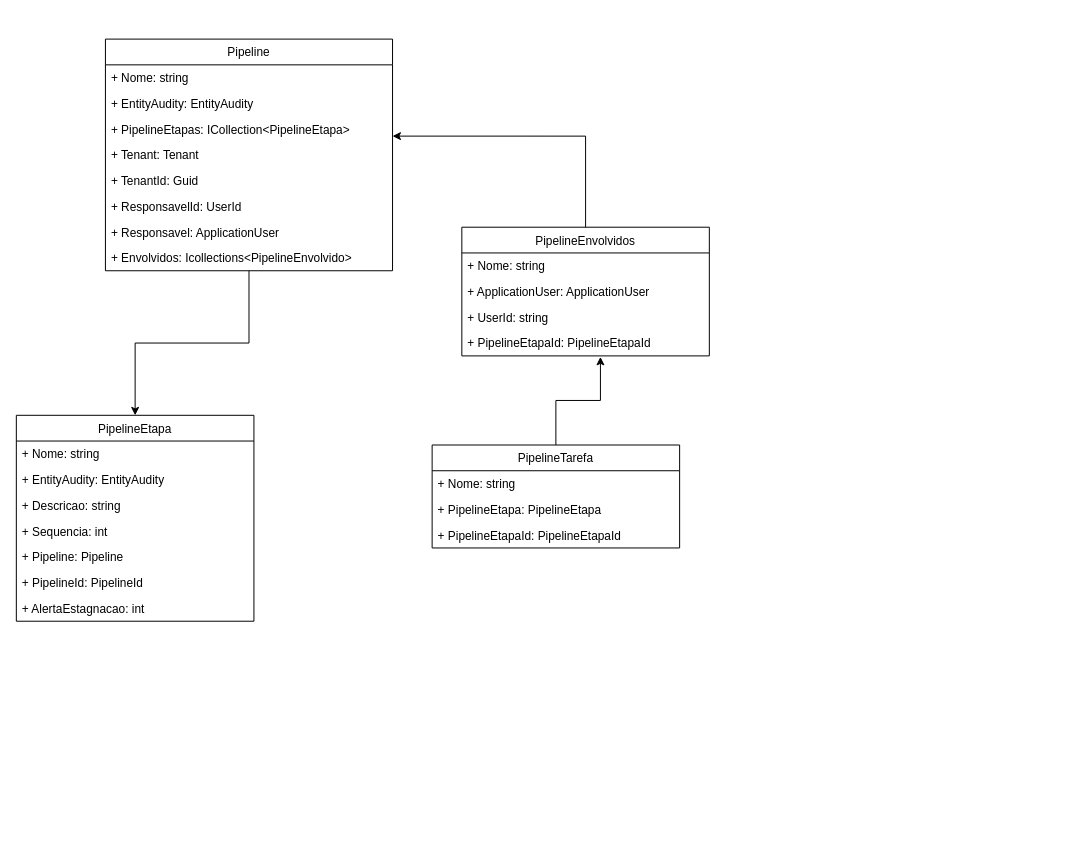
The draw.io diagram docs/Composição entidade Pipeline e suas relações.drawio in sigespweb22/boxapp-api, before the edit. Source tidied: cells renumbered, new cells numbered last; positions are measured from the earlier drawing's top-left corner, leaving out a move shared by most shapes. Both pictures are drawn from the tidied source at 99%, with x=0, y=0 at pixel (16, 39).
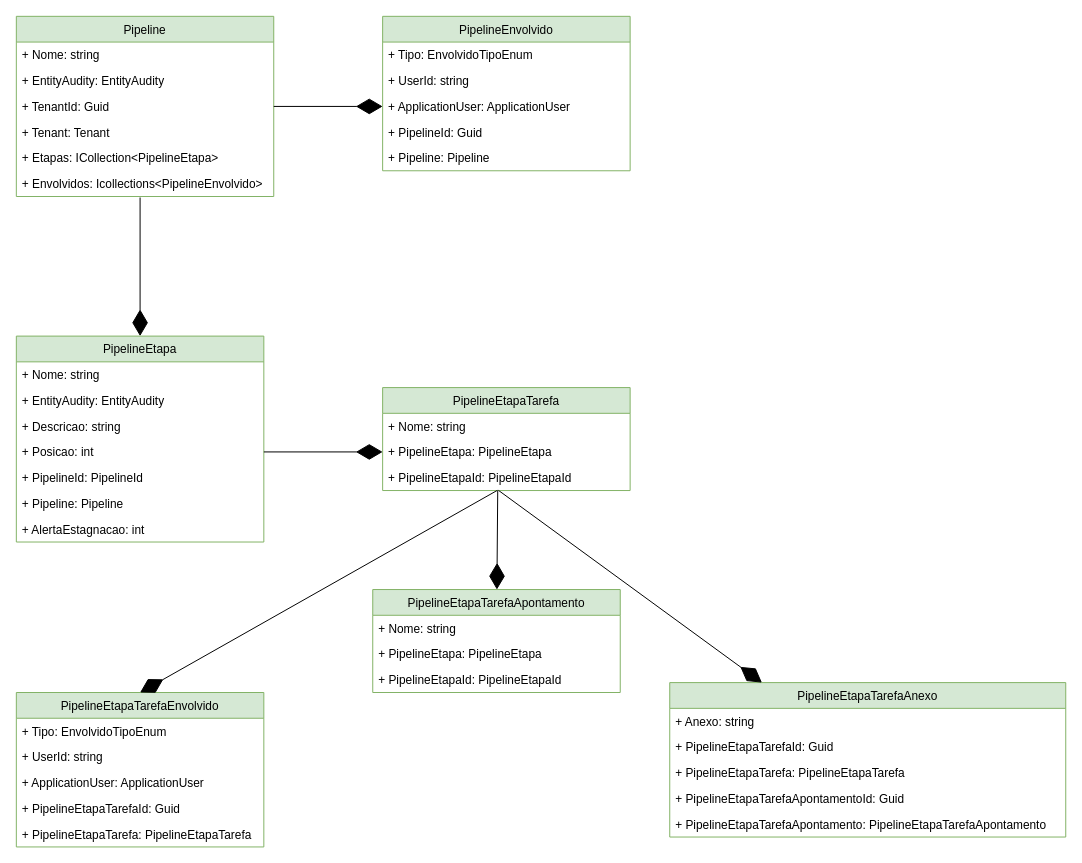
The same page after the edit.

Unchanged cells that the change refers to:
```xml
<mxCell id="23" value="+ PipelineEtapa: PipelineEtapa" style="text;strokeColor=none;fillColor=none;align=left;verticalAlign=top;spacingLeft=4;spacingRight=4;overflow=hidden;points=[[0,0.5],[1,0.5]];portConstraint=eastwest;" parent="21" vertex="1">
  <mxGeometry y="52" width="250" height="26" as="geometry" />
</mxCell>
<mxCell id="24" value="+ PipelineEtapaId: PipelineEtapaId" style="text;strokeColor=none;fillColor=none;align=left;verticalAlign=top;spacingLeft=4;spacingRight=4;overflow=hidden;points=[[0,0.5],[1,0.5]];portConstraint=eastwest;" parent="21" vertex="1">
  <mxGeometry y="78" width="250" height="26" as="geometry" />
</mxCell>
```

The edit, as a diff of the source:
```diff
@@
-    <mxCell id="2" style="edgeStyle=orthogonalEdgeStyle;rounded=0;jettySize=auto;html=1;entryX=0.5;entryY=0;entryDx=0;entryDy=0;" parent="1" edge="1" source="3" target="12">
-      <mxGeometry relative="1" as="geometry" />
-    </mxCell>
-    <mxCell id="3" value="Pipeline" style="swimlane;fontStyle=0;horizontal=1;startSize=26;fillColor=none;" parent="1" vertex="1">
-      <mxGeometry x="90" width="290" height="234" as="geometry" />
+    <mxCell id="3" value="Pipeline" style="swimlane;fontStyle=0;horizontal=1;startSize=26;fillColor=#d5e8d4;strokeColor=#82b366;" parent="1" vertex="1">
+      <mxGeometry y="-23" width="260" height="182" as="geometry" />
     </mxCell>
     <mxCell id="4" value="+ Nome: string" style="text;strokeColor=none;fillColor=none;align=left;verticalAlign=top;spacingLeft=4;spacingRight=4;overflow=hidden;" parent="3" vertex="1">
-      <mxGeometry y="26" width="290" height="26" as="geometry" />
+      <mxGeometry y="26" width="260" height="26" as="geometry" />
     </mxCell>
     <mxCell id="5" value="+ EntityAudity: EntityAudity" style="text;strokeColor=none;fillColor=none;align=left;verticalAlign=top;spacingLeft=4;spacingRight=4;overflow=hidden;" parent="3" vertex="1">
-      <mxGeometry y="52" width="290" height="26" as="geometry" />
+      <mxGeometry y="52" width="260" height="26" as="geometry" />
     </mxCell>
+    <mxCell id="8" value="+ TenantId: Guid" style="text;strokeColor=none;fillColor=none;align=left;verticalAlign=top;spacingLeft=4;spacingRight=4;overflow=hidden;points=[[0,0.5],[1,0.5]];portConstraint=eastwest;" parent="3" vertex="1">
+      <mxGeometry y="78" width="260" height="26" as="geometry" />
+    </mxCell>
+    <mxCell id="7" value="+ Tenant: Tenant" style="text;strokeColor=none;fillColor=none;align=left;verticalAlign=top;spacingLeft=4;spacingRight=4;overflow=hidden;" parent="3" vertex="1">
+      <mxGeometry y="104" width="260" height="26" as="geometry" />
+    </mxCell>
-    <mxCell id="6" value="+ PipelineEtapas: ICollection&lt;PipelineEtapa&gt;" style="text;strokeColor=none;fillColor=none;align=left;verticalAlign=top;spacingLeft=4;spacingRight=4;overflow=hidden;points=[[0,0.5],[1,0.5]];portConstraint=eastwest;" parent="3" vertex="1">
-      <mxGeometry y="78" width="290" height="26" as="geometry" />
+    <mxCell id="6" value="+ Etapas: ICollection&lt;PipelineEtapa&gt;" style="text;strokeColor=none;fillColor=none;align=left;verticalAlign=top;spacingLeft=4;spacingRight=4;overflow=hidden;points=[[0,0.5],[1,0.5]];portConstraint=eastwest;" parent="3" vertex="1">
+      <mxGeometry y="130" width="260" height="26" as="geometry" />
     </mxCell>
-    <mxCell id="7" value="+ Tenant: Tenant" style="text;strokeColor=none;fillColor=none;align=left;verticalAlign=top;spacingLeft=4;spacingRight=4;overflow=hidden;" parent="3" vertex="1">
-      <mxGeometry y="104" width="290" height="26" as="geometry" />
-    </mxCell>
-    <mxCell id="8" value="+ TenantId: Guid" style="text;strokeColor=none;fillColor=none;align=left;verticalAlign=top;spacingLeft=4;spacingRight=4;overflow=hidden;points=[[0,0.5],[1,0.5]];portConstraint=eastwest;" parent="3" vertex="1">
-      <mxGeometry y="130" width="290" height="26" as="geometry" />
-    </mxCell>
-    <mxCell id="9" value="+ ResponsavelId: UserId" style="text;strokeColor=none;fillColor=none;align=left;verticalAlign=top;spacingLeft=4;spacingRight=4;overflow=hidden;" parent="3" vertex="1">
-      <mxGeometry y="156" width="290" height="26" as="geometry" />
-    </mxCell>
-    <mxCell id="10" value="+ Responsavel: ApplicationUser" style="text;strokeColor=none;fillColor=none;align=left;verticalAlign=top;spacingLeft=4;spacingRight=4;overflow=hidden;" parent="3" vertex="1">
-      <mxGeometry y="182" width="290" height="26" as="geometry" />
-    </mxCell>
     <mxCell id="11" value="+ Envolvidos: Icollections&lt;PipelineEnvolvido&gt;" style="text;strokeColor=none;fillColor=none;align=left;verticalAlign=top;spacingLeft=4;spacingRight=4;overflow=hidden;" parent="3" vertex="1">
-      <mxGeometry y="208" width="290" height="26" as="geometry" />
+      <mxGeometry y="156" width="260" height="26" as="geometry" />
     </mxCell>
-    <mxCell id="12" value="PipelineEtapa" style="swimlane;fontStyle=0;horizontal=1;startSize=26;fillColor=none;" parent="1" vertex="1">
-      <mxGeometry y="380" width="240" height="208" as="geometry" />
+    <mxCell id="12" value="PipelineEtapa" style="swimlane;fontStyle=0;horizontal=1;startSize=26;fillColor=#d5e8d4;strokeColor=#82b366;" parent="1" vertex="1">
+      <mxGeometry y="300" width="250" height="208" as="geometry" />
     </mxCell>
     <mxCell id="13" value="+ Nome: string" style="text;strokeColor=none;fillColor=none;align=left;verticalAlign=top;spacingLeft=4;spacingRight=4;overflow=hidden;" parent="12" vertex="1">
-      <mxGeometry y="26" width="240" height="26" as="geometry" />
+      <mxGeometry y="26" width="250" height="26" as="geometry" />
     </mxCell>
     <mxCell id="14" value="+ EntityAudity: EntityAudity" style="text;strokeColor=none;fillColor=none;align=left;verticalAlign=top;spacingLeft=4;spacingRight=4;overflow=hidden;" parent="12" vertex="1">
-      <mxGeometry y="52" width="240" height="26" as="geometry" />
+      <mxGeometry y="52" width="250" height="26" as="geometry" />
     </mxCell>
     <mxCell id="15" value="+ Descricao: string" style="text;strokeColor=none;fillColor=none;align=left;verticalAlign=top;spacingLeft=4;spacingRight=4;overflow=hidden;" parent="12" vertex="1">
-      <mxGeometry y="78" width="240" height="26" as="geometry" />
+      <mxGeometry y="78" width="250" height="26" as="geometry" />
     </mxCell>
-    <mxCell id="16" value="+ Sequencia: int" style="text;strokeColor=none;fillColor=none;align=left;verticalAlign=top;spacingLeft=4;spacingRight=4;overflow=hidden;points=[[0,0.5],[1,0.5]];portConstraint=eastwest;" parent="12" vertex="1">
-      <mxGeometry y="104" width="240" height="26" as="geometry" />
+    <mxCell id="16" value="+ Posicao: int" style="text;strokeColor=none;fillColor=none;align=left;verticalAlign=top;spacingLeft=4;spacingRight=4;overflow=hidden;points=[[0,0.5],[1,0.5]];portConstraint=eastwest;" parent="12" vertex="1">
+      <mxGeometry y="104" width="250" height="26" as="geometry" />
     </mxCell>
+    <mxCell id="18" value="+ PipelineId: PipelineId" style="text;strokeColor=none;fillColor=none;align=left;verticalAlign=top;spacingLeft=4;spacingRight=4;overflow=hidden;" parent="12" vertex="1">
+      <mxGeometry y="130" width="250" height="26" as="geometry" />
+    </mxCell>
     <mxCell id="17" value="+ Pipeline: Pipeline" style="text;strokeColor=none;fillColor=none;align=left;verticalAlign=top;spacingLeft=4;spacingRight=4;overflow=hidden;" parent="12" vertex="1">
-      <mxGeometry y="130" width="240" height="26" as="geometry" />
+      <mxGeometry y="156" width="250" height="26" as="geometry" />
     </mxCell>
-    <mxCell id="18" value="+ PipelineId: PipelineId" style="text;strokeColor=none;fillColor=none;align=left;verticalAlign=top;spacingLeft=4;spacingRight=4;overflow=hidden;" parent="12" vertex="1">
-      <mxGeometry y="156" width="240" height="26" as="geometry" />
-    </mxCell>
     <mxCell id="19" value="+ AlertaEstagnacao: int" style="text;strokeColor=none;fillColor=none;align=left;verticalAlign=top;spacingLeft=4;spacingRight=4;overflow=hidden;" parent="12" vertex="1">
-      <mxGeometry y="182" width="240" height="26" as="geometry" />
+      <mxGeometry y="182" width="250" height="26" as="geometry" />
     </mxCell>
-    <mxCell id="20" style="edgeStyle=orthogonalEdgeStyle;rounded=0;jettySize=auto;html=1;entryX=0.56;entryY=1.038;entryDx=0;entryDy=0;entryPerimeter=0;" parent="1" edge="1" source="21" target="30">
-      <mxGeometry relative="1" as="geometry" />
-    </mxCell>
-    <mxCell id="21" value="PipelineTarefa" style="swimlane;fontStyle=0;horizontal=1;startSize=26;fillColor=none;" parent="1" vertex="1">
-      <mxGeometry x="420" y="410" width="250" height="104" as="geometry" />
+    <mxCell id="21" value="PipelineEtapaTarefa" style="swimlane;fontStyle=0;horizontal=1;startSize=26;fillColor=#d5e8d4;strokeColor=#82b366;" parent="1" vertex="1">
+      <mxGeometry x="370" y="352" width="250" height="104" as="geometry" />
     </mxCell>
@@
-    <mxCell id="25" style="edgeStyle=orthogonalEdgeStyle;rounded=0;jettySize=auto;html=1;entryX=1;entryY=0.769;entryDx=0;entryDy=0;entryPerimeter=0;" parent="1" edge="1" source="26" target="6">
-      <mxGeometry relative="1" as="geometry" />
-    </mxCell>
-    <mxCell id="26" value="PipelineEnvolvidos" style="swimlane;fontStyle=0;horizontal=1;startSize=26;fillColor=none;" parent="1" vertex="1">
-      <mxGeometry x="450" y="190" width="250" height="130" as="geometry" />
+    <mxCell id="26" value="PipelineEnvolvido" style="swimlane;fontStyle=0;horizontal=1;startSize=26;fillColor=#d5e8d4;strokeColor=#82b366;" parent="1" vertex="1">
+      <mxGeometry x="370" y="-23" width="250" height="156" as="geometry" />
     </mxCell>
-    <mxCell id="27" value="+ Nome: string" style="text;strokeColor=none;fillColor=none;align=left;verticalAlign=top;spacingLeft=4;spacingRight=4;overflow=hidden;" parent="26" vertex="1">
+    <mxCell id="27" value="+ Tipo: EnvolvidoTipoEnum" style="text;strokeColor=none;fillColor=none;align=left;verticalAlign=top;spacingLeft=4;spacingRight=4;overflow=hidden;" parent="26" vertex="1">
       <mxGeometry y="26" width="250" height="26" as="geometry" />
     </mxCell>
+    <mxCell id="29" value="+ UserId: string" style="text;strokeColor=none;fillColor=none;align=left;verticalAlign=top;spacingLeft=4;spacingRight=4;overflow=hidden;" parent="26" vertex="1">
+      <mxGeometry y="52" width="250" height="26" as="geometry" />
+    </mxCell>
     <mxCell id="28" value="+ ApplicationUser: ApplicationUser" style="text;strokeColor=none;fillColor=none;align=left;verticalAlign=top;spacingLeft=4;spacingRight=4;overflow=hidden;points=[[0,0.5],[1,0.5]];portConstraint=eastwest;" parent="26" vertex="1">
-      <mxGeometry y="52" width="250" height="26" as="geometry" />
+      <mxGeometry y="78" width="250" height="26" as="geometry" />
     </mxCell>
-    <mxCell id="29" value="+ UserId: string" style="text;strokeColor=none;fillColor=none;align=left;verticalAlign=top;spacingLeft=4;spacingRight=4;overflow=hidden;" parent="26" vertex="1">
-      <mxGeometry y="78" width="250" height="26" as="geometry" />
-    </mxCell>
+    <mxCell id="31" value="+ PipelineId: Guid" style="text;strokeColor=none;fillColor=none;align=left;verticalAlign=top;spacingLeft=4;spacingRight=4;overflow=hidden;" parent="26" vertex="1">
+      <mxGeometry y="104" width="250" height="26" as="geometry" />
+    </mxCell>
-    <mxCell id="30" value="+ PipelineEtapaId: PipelineEtapaId" style="text;strokeColor=none;fillColor=none;align=left;verticalAlign=top;spacingLeft=4;spacingRight=4;overflow=hidden;points=[[0,0.5],[1,0.5]];portConstraint=eastwest;" parent="26" vertex="1">
-      <mxGeometry y="104" width="250" height="26" as="geometry" />
+    <mxCell id="30" value="+ Pipeline: Pipeline" style="text;strokeColor=none;fillColor=none;align=left;verticalAlign=top;spacingLeft=4;spacingRight=4;overflow=hidden;points=[[0,0.5],[1,0.5]];portConstraint=eastwest;" parent="26" vertex="1">
+      <mxGeometry y="130" width="250" height="26" as="geometry" />
     </mxCell>
+    <mxCell id="32" value="PipelineEtapaTarefaEnvolvido" style="swimlane;fontStyle=0;horizontal=1;startSize=26;fillColor=#d5e8d4;strokeColor=#82b366;" parent="1" vertex="1">
+      <mxGeometry y="660" width="250" height="156" as="geometry" />
+    </mxCell>
+    <mxCell id="33" value="+ Tipo: EnvolvidoTipoEnum" style="text;strokeColor=none;fillColor=none;align=left;verticalAlign=top;spacingLeft=4;spacingRight=4;overflow=hidden;" parent="32" vertex="1">
+      <mxGeometry y="26" width="250" height="26" as="geometry" />
+    </mxCell>
+    <mxCell id="34" value="+ UserId: string" style="text;strokeColor=none;fillColor=none;align=left;verticalAlign=top;spacingLeft=4;spacingRight=4;overflow=hidden;" parent="32" vertex="1">
+      <mxGeometry y="52" width="250" height="26" as="geometry" />
+    </mxCell>
+    <mxCell id="35" value="+ ApplicationUser: ApplicationUser" style="text;strokeColor=none;fillColor=none;align=left;verticalAlign=top;spacingLeft=4;spacingRight=4;overflow=hidden;" parent="32" vertex="1">
+      <mxGeometry y="78" width="250" height="26" as="geometry" />
+    </mxCell>
+    <mxCell id="36" value="+ PipelineEtapaTarefaId: Guid" style="text;strokeColor=none;fillColor=none;align=left;verticalAlign=top;spacingLeft=4;spacingRight=4;overflow=hidden;" parent="32" vertex="1">
+      <mxGeometry y="104" width="250" height="26" as="geometry" />
+    </mxCell>
+    <mxCell id="37" value="+ PipelineEtapaTarefa: PipelineEtapaTarefa" style="text;strokeColor=none;fillColor=none;align=left;verticalAlign=top;spacingLeft=4;spacingRight=4;overflow=hidden;" parent="32" vertex="1">
+      <mxGeometry y="130" width="250" height="26" as="geometry" />
+    </mxCell>
+    <mxCell id="38" value="PipelineEtapaTarefaAnexo" style="swimlane;fontStyle=0;horizontal=1;startSize=26;fillColor=#d5e8d4;strokeColor=#82b366;" parent="1" vertex="1">
+      <mxGeometry x="660" y="650" width="400" height="156" as="geometry" />
+    </mxCell>
+    <mxCell id="39" value="+ Anexo: string" style="text;strokeColor=none;fillColor=none;align=left;verticalAlign=top;spacingLeft=4;spacingRight=4;overflow=hidden;" parent="38" vertex="1">
+      <mxGeometry y="26" width="400" height="26" as="geometry" />
+    </mxCell>
+    <mxCell id="40" value="+ PipelineEtapaTarefaId: Guid" style="text;strokeColor=none;fillColor=none;align=left;verticalAlign=top;spacingLeft=4;spacingRight=4;overflow=hidden;" parent="38" vertex="1">
+      <mxGeometry y="52" width="400" height="26" as="geometry" />
+    </mxCell>
+    <mxCell id="41" value="+ PipelineEtapaTarefa: PipelineEtapaTarefa" style="text;strokeColor=none;fillColor=none;align=left;verticalAlign=top;spacingLeft=4;spacingRight=4;overflow=hidden;" parent="38" vertex="1">
+      <mxGeometry y="78" width="400" height="26" as="geometry" />
+    </mxCell>
+    <mxCell id="42" value="+ PipelineEtapaTarefaApontamentoId: Guid" style="text;strokeColor=none;fillColor=none;align=left;verticalAlign=top;spacingLeft=4;spacingRight=4;overflow=hidden;" parent="38" vertex="1">
+      <mxGeometry y="104" width="400" height="26" as="geometry" />
+    </mxCell>
+    <mxCell id="43" value="+ PipelineEtapaTarefaApontamento: PipelineEtapaTarefaApontamento" style="text;strokeColor=none;fillColor=none;align=left;verticalAlign=top;spacingLeft=4;spacingRight=4;overflow=hidden;" parent="38" vertex="1">
+      <mxGeometry y="130" width="400" height="26" as="geometry" />
+    </mxCell>
+    <mxCell id="44" value="PipelineEtapaTarefaApontamento" style="swimlane;fontStyle=0;horizontal=1;startSize=26;fillColor=#d5e8d4;strokeColor=#82b366;" parent="1" vertex="1">
+      <mxGeometry x="360" y="556" width="250" height="104" as="geometry" />
+    </mxCell>
+    <mxCell id="45" value="+ Nome: string" style="text;strokeColor=none;fillColor=none;align=left;verticalAlign=top;spacingLeft=4;spacingRight=4;overflow=hidden;" parent="44" vertex="1">
+      <mxGeometry y="26" width="250" height="26" as="geometry" />
+    </mxCell>
+    <mxCell id="46" value="+ PipelineEtapa: PipelineEtapa" style="text;strokeColor=none;fillColor=none;align=left;verticalAlign=top;spacingLeft=4;spacingRight=4;overflow=hidden;" parent="44" vertex="1">
+      <mxGeometry y="52" width="250" height="26" as="geometry" />
+    </mxCell>
+    <mxCell id="47" value="+ PipelineEtapaId: PipelineEtapaId" style="text;strokeColor=none;fillColor=none;align=left;verticalAlign=top;spacingLeft=4;spacingRight=4;overflow=hidden;" parent="44" vertex="1">
+      <mxGeometry y="78" width="250" height="26" as="geometry" />
+    </mxCell>
+    <mxCell id="48" style="endArrow=diamondThin;endFill=1;endSize=24;html=1;rounded=0;entryX=0.5;entryY=0;entryDx=0;entryDy=0;" parent="1" edge="1" target="12">
+      <mxGeometry relative="1" as="geometry">
+        <mxPoint x="125" y="160" as="sourcePoint" />
+      </mxGeometry>
+    </mxCell>
+    <mxCell id="49" style="endArrow=diamondThin;endFill=1;endSize=24;html=1;rounded=0;exitX=1;exitY=0.5;exitDx=0;exitDy=0;" parent="1" edge="1" source="8" target="28">
+      <mxGeometry relative="1" as="geometry" />
+    </mxCell>
+    <mxCell id="50" style="endArrow=diamondThin;endFill=1;endSize=24;html=1;rounded=0;entryX=0;entryY=0.5;entryDx=0;entryDy=0;exitX=1;exitY=0.5;exitDx=0;exitDy=0;" parent="1" edge="1" source="16" target="23">
+      <mxGeometry relative="1" as="geometry" />
+    </mxCell>
+    <mxCell id="51" style="endArrow=diamondThin;endFill=1;endSize=24;html=1;rounded=0;entryX=0.5;entryY=0;entryDx=0;entryDy=0;exitX=0.463;exitY=0.995;exitDx=0;exitDy=0;exitPerimeter=0;" parent="1" edge="1" source="24" target="32">
+      <mxGeometry relative="1" as="geometry" />
+    </mxCell>
+    <mxCell id="52" style="endArrow=diamondThin;endFill=1;endSize=24;html=1;rounded=0;exitX=0.468;exitY=0.993;exitDx=0;exitDy=0;exitPerimeter=0;" parent="1" edge="1" source="24" target="38">
+      <mxGeometry relative="1" as="geometry" />
+    </mxCell>
+    <mxCell id="53" style="endArrow=diamondThin;endFill=1;endSize=24;html=1;rounded=0;exitX=0.465;exitY=0.999;exitDx=0;exitDy=0;exitPerimeter=0;" parent="1" edge="1" source="24" target="44">
+      <mxGeometry relative="1" as="geometry" />
+    </mxCell>
```
